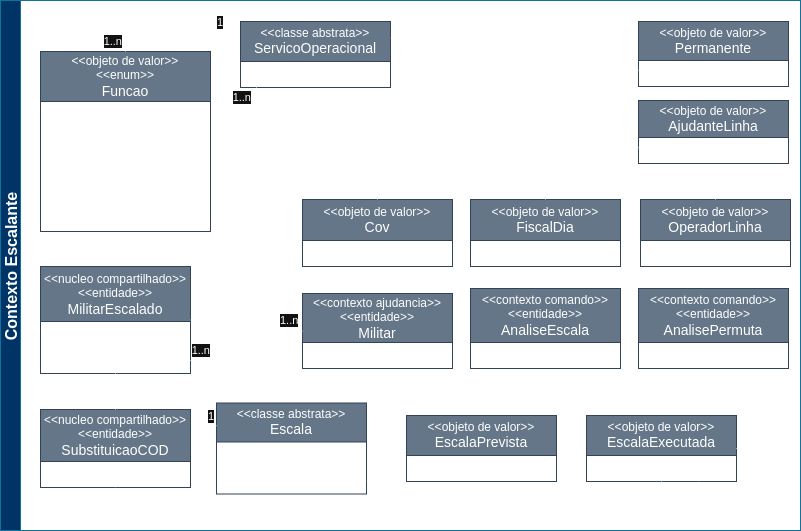
Before: docs/diagramas/img/DiagramaUMLEscalante.png, a diagram exported from draw.io (joaoAaf/escalante-ddd). Source tidied: cells renumbered, new cells last; positions are measured from the earlier drawing's top-left corner, leaving out a move shared by most shapes.
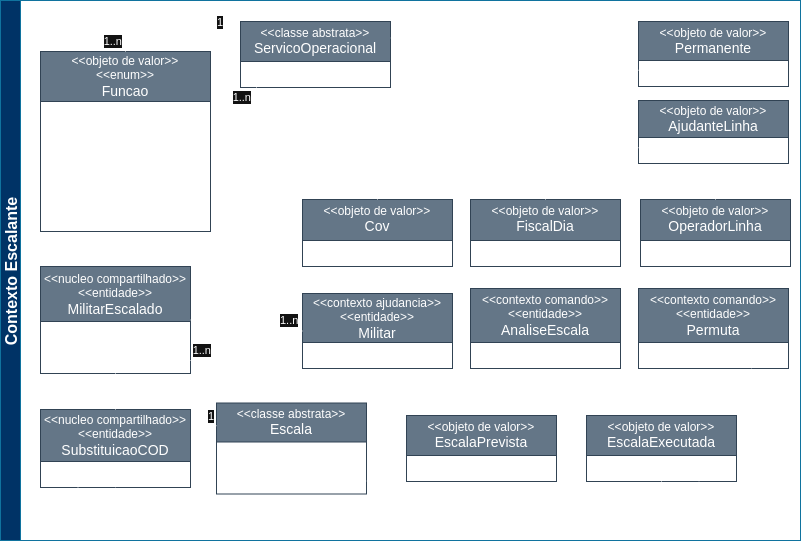
Later version of the same file.

Diff of the diagram source:
```diff
@@ -169,8 +169,8 @@
         </Array>
       </mxGeometry>
     </mxCell>
-    <mxCell id="40" value="Contexto Escalante" style="swimlane;startSize=20;horizontal=0;horizontalTree=1;sortEdges=1;containerType=tree;fontSize=16;fillColor=#003366;strokeColor=#10739e;" parent="1" vertex="1">
-      <mxGeometry width="800" height="530" as="geometry" />
+    <mxCell id="40" value="Contexto Escalante" style="swimlane;startSize=20;horizontal=0;horizontalTree=1;sortEdges=1;containerType=tree;fontSize=16;fillColor=#003366;strokeColor=#10739e;fontColor=#FFFFFF;" parent="1" vertex="1">
+      <mxGeometry width="800" height="540" as="geometry" />
     </mxCell>
     <mxCell id="41" value="&lt;div&gt;&amp;lt;&amp;lt;objeto de valor&amp;gt;&amp;gt;&lt;br&gt;&lt;font style=&quot;font-size: 14px;&quot;&gt;EscalaPrevista&lt;/font&gt;&lt;/div&gt;" style="swimlane;fontStyle=0;horizontal=1;startSize=40;fillColor=#647687;whiteSpace=wrap;html=1;fontColor=#ffffff;strokeColor=#314354;" parent="1" vertex="1">
       <mxGeometry x="406" y="415" width="150" height="66" as="geometry" />
@@ -178,12 +178,9 @@
     <mxCell id="42" value="&lt;div&gt;&lt;div&gt;&lt;div&gt;&lt;div&gt;&amp;lt;&amp;lt;contexto comando&amp;gt;&amp;gt;&lt;/div&gt;&lt;/div&gt;&lt;/div&gt;&lt;/div&gt;&lt;div&gt;&amp;lt;&amp;lt;entidade&amp;gt;&amp;gt;&lt;br&gt;&lt;font style=&quot;font-size: 14px;&quot;&gt;AnaliseEscala&lt;/font&gt;&lt;/div&gt;" style="swimlane;fontStyle=0;horizontal=1;startSize=54;fillColor=#647687;whiteSpace=wrap;html=1;fontColor=#ffffff;strokeColor=#314354;" parent="1" vertex="1">
       <mxGeometry x="470" y="288" width="150" height="80" as="geometry" />
     </mxCell>
-    <mxCell id="43" value="&lt;div&gt;&lt;div&gt;&lt;div&gt;&lt;div&gt;&lt;div&gt;&lt;div&gt;&lt;div&gt;&lt;div&gt;&amp;lt;&amp;lt;contexto comando&amp;gt;&amp;gt;&lt;/div&gt;&lt;/div&gt;&lt;/div&gt;&lt;/div&gt;&lt;/div&gt;&lt;/div&gt;&lt;/div&gt;&lt;/div&gt;&lt;div&gt;&amp;lt;&amp;lt;entidade&amp;gt;&amp;gt;&lt;br&gt;&lt;font style=&quot;font-size: 14px;&quot;&gt;AnalisePermuta&lt;/font&gt;&lt;/div&gt;" style="swimlane;fontStyle=0;horizontal=1;startSize=54;fillColor=#647687;whiteSpace=wrap;html=1;fontColor=#ffffff;strokeColor=#314354;" parent="1" vertex="1">
+    <mxCell id="43" value="&lt;div&gt;&lt;div&gt;&lt;div&gt;&lt;div&gt;&lt;div&gt;&lt;div&gt;&lt;div&gt;&lt;div&gt;&amp;lt;&amp;lt;contexto comando&amp;gt;&amp;gt;&lt;/div&gt;&lt;/div&gt;&lt;/div&gt;&lt;/div&gt;&lt;/div&gt;&lt;/div&gt;&lt;/div&gt;&lt;/div&gt;&lt;div&gt;&amp;lt;&amp;lt;entidade&amp;gt;&amp;gt;&lt;br&gt;&lt;font style=&quot;font-size: 14px;&quot;&gt;Permuta&lt;/font&gt;&lt;/div&gt;" style="swimlane;fontStyle=0;horizontal=1;startSize=54;fillColor=#647687;whiteSpace=wrap;html=1;fontColor=#ffffff;strokeColor=#314354;" parent="1" vertex="1">
       <mxGeometry x="638" y="288" width="150" height="80" as="geometry" />
     </mxCell>
-    <mxCell id="44" style="endArrow=none;html=1;endSize=12;startArrow=open;startSize=14;startFill=0;edgeStyle=orthogonalEdgeStyle;rounded=0;entryX=1;entryY=0.5;entryDx=0;entryDy=0;dashed=1;exitX=0.75;exitY=1;exitDx=0;exitDy=0;" parent="1" edge="1" source="43" target="38">
-      <mxGeometry relative="1" as="geometry" />
-    </mxCell>
     <mxCell id="45" style="endArrow=none;dashed=1;html=1;dashPattern=1 3;strokeWidth=2;rounded=0;entryX=0;entryY=0;entryDx=0;entryDy=0;" parent="1" edge="1">
       <mxGeometry relative="1" as="geometry">
         <mxPoint x="26" y="390" as="sourcePoint" />
@@ -261,5 +258,14 @@
         <mxPoint x="196" y="390" as="targetPoint" />
       </mxGeometry>
     </mxCell>
+    <mxCell id="59" style="endArrow=open;html=1;endSize=12;startArrow=none;startSize=14;startFill=0;edgeStyle=orthogonalEdgeStyle;rounded=0;endFill=0;exitX=0.25;exitY=1;exitDx=0;exitDy=0;entryX=0.75;entryY=1;entryDx=0;entryDy=0;dashed=1;" parent="1" edge="1" source="53" target="43">
+      <mxGeometry relative="1" as="geometry">
+        <Array as="points">
+          <mxPoint x="78" y="530" />
+          <mxPoint x="751" y="530" />
+          <mxPoint x="751" y="368" />
+        </Array>
+      </mxGeometry>
+    </mxCell>
   </root>
 </mxGraphModel>
```
